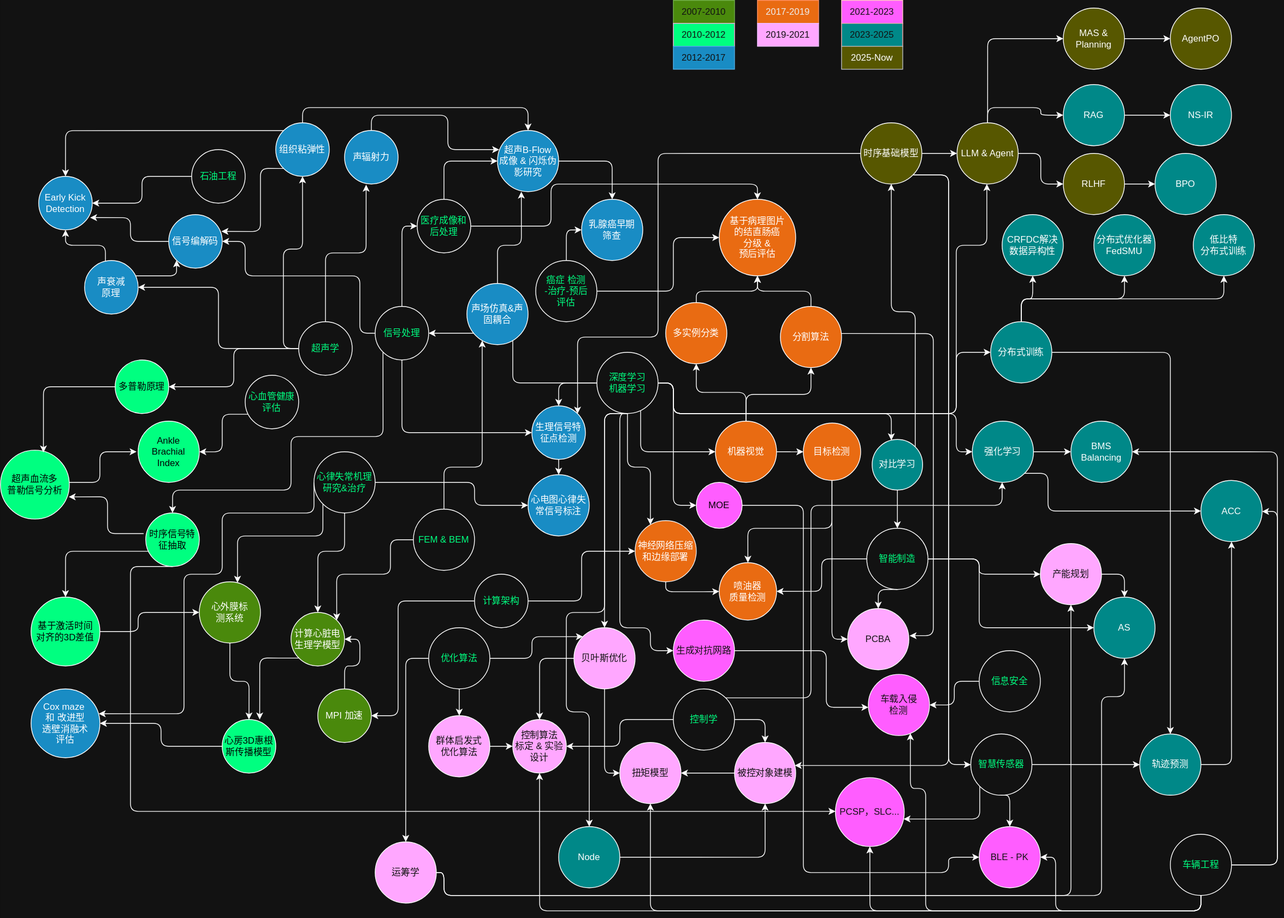
alfredlu/alfredlu.github.io keeps this draw.io diagram as doc/study.drawio.svg. Above is the earlier version. Source tidied: cells renumbered, new cells last; positions are measured from the earlier drawing's top-left corner, leaving out a move shared by most shapes.
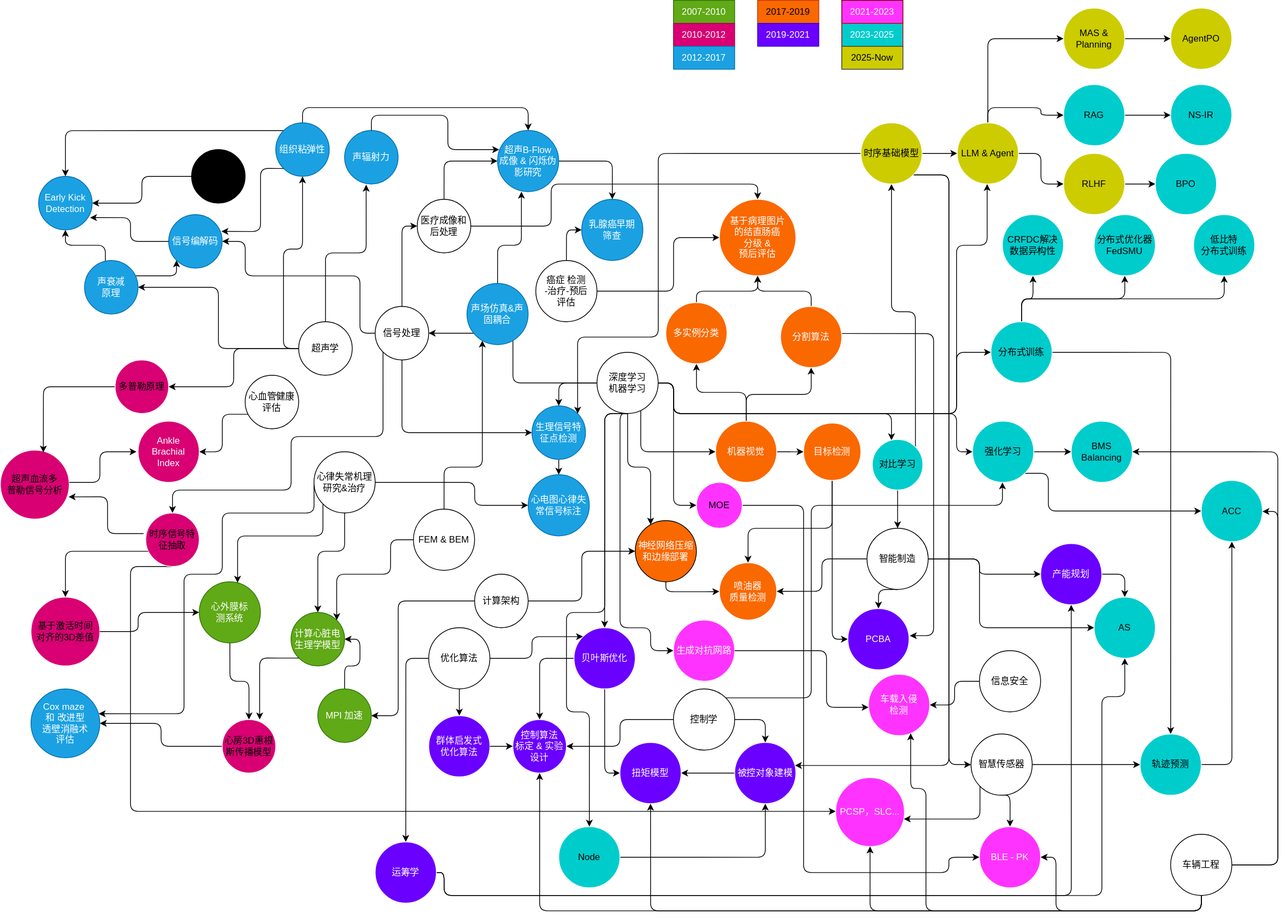
The same diagram one commit later.

Diff of the diagram source:
```diff
@@ -43,7 +43,7 @@
         </Array>
       </mxGeometry>
     </mxCell>
-    <mxCell id="8" value="&lt;font style=&quot;&quot;&gt;心律失常机理研究&amp;amp;治疗&lt;/font&gt;" style="ellipse;whiteSpace=wrap;html=1;fontColor=light-dark(#000000,#00FF80);" parent="1" vertex="1">
+    <mxCell id="8" value="&lt;font style=&quot;&quot;&gt;心律失常机理研究&amp;amp;治疗&lt;/font&gt;" style="ellipse;whiteSpace=wrap;html=1;fontColor=light-dark(#000000,#00FF80);fillColor=light-dark(#FFFFFF,#000000);" parent="1" vertex="1">
       <mxGeometry x="410" y="590" width="80" height="80" as="geometry" />
     </mxCell>
     <mxCell id="9" style="jettySize=auto;html=1;exitX=1;exitY=0.5;exitDx=0;exitDy=0;edgeStyle=orthogonalEdgeStyle;startArrow=classic;startFill=1;endArrow=none;endFill=0;entryX=0.5;entryY=0;entryDx=0;entryDy=0;" parent="1" edge="1" source="10" target="14">
@@ -104,7 +104,7 @@
     <mxCell id="20" style="edgeStyle=orthogonalEdgeStyle;jettySize=auto;html=1;exitX=0.5;exitY=1;exitDx=0;exitDy=0;entryX=0;entryY=0.5;entryDx=0;entryDy=0;" parent="1" edge="1" source="21" target="86">
       <mxGeometry relative="1" as="geometry" />
     </mxCell>
-    <mxCell id="21" value="&lt;font style=&quot;&quot;&gt;信号处理&lt;/font&gt;" style="ellipse;whiteSpace=wrap;html=1;fontColor=light-dark(#000000,#00FF80);" parent="1" vertex="1">
+    <mxCell id="21" value="&lt;font style=&quot;&quot;&gt;信号处理&lt;/font&gt;" style="ellipse;whiteSpace=wrap;html=1;fontColor=light-dark(#000000,#00FF80);fillColor=light-dark(#FFFFFF,#000000);" parent="1" vertex="1">
       <mxGeometry x="490" y="400" width="70" height="70" as="geometry" />
     </mxCell>
     <mxCell id="22" style="edgeStyle=orthogonalEdgeStyle;jettySize=auto;html=1;exitX=0.5;exitY=1;exitDx=0;exitDy=0;entryX=0;entryY=0.5;entryDx=0;entryDy=0;" parent="1" edge="1" source="23" target="135">
@@ -143,7 +143,7 @@
     <mxCell id="27" style="edgeStyle=orthogonalEdgeStyle;jettySize=auto;html=1;exitX=1;exitY=0.5;exitDx=0;exitDy=0;entryX=0;entryY=0.5;entryDx=0;entryDy=0;" parent="1" edge="1" source="28" target="100">
       <mxGeometry relative="1" as="geometry" />
     </mxCell>
-    <mxCell id="28" value="&lt;font style=&quot;&quot;&gt;计算架构&lt;/font&gt;" style="ellipse;whiteSpace=wrap;html=1;fontColor=light-dark(#000000,#00FF80);" parent="1" vertex="1">
+    <mxCell id="28" value="&lt;font style=&quot;&quot;&gt;计算架构&lt;/font&gt;" style="ellipse;whiteSpace=wrap;html=1;fontColor=light-dark(#000000,#00FF80);fillColor=light-dark(#FFFFFF,#000000);" parent="1" vertex="1">
       <mxGeometry x="620" y="750" width="70" height="70" as="geometry" />
     </mxCell>
     <mxCell id="29" value="2007-2010" style="rounded=0;whiteSpace=wrap;html=1;fillColor=#60a917;strokeColor=#2D7600;fontColor=#ffffff;" parent="1" vertex="1">
@@ -177,7 +177,7 @@
     <mxCell id="36" style="jettySize=auto;html=1;exitX=0.074;exitY=0.729;exitDx=0;exitDy=0;exitPerimeter=0;edgeStyle=orthogonalEdgeStyle;" parent="1" edge="1" source="37" target="32">
       <mxGeometry relative="1" as="geometry" />
     </mxCell>
-    <mxCell id="37" value="&lt;font style=&quot;&quot;&gt;心血管健康评估&lt;/font&gt;" style="ellipse;whiteSpace=wrap;html=1;fontColor=light-dark(#000000,#00FF80);" parent="1" vertex="1">
+    <mxCell id="37" value="&lt;font style=&quot;&quot;&gt;心血管健康评估&lt;/font&gt;" style="ellipse;whiteSpace=wrap;html=1;fontColor=light-dark(#000000,#00FF80);fillColor=light-dark(#FFFFFF,#000000);" parent="1" vertex="1">
       <mxGeometry x="320" y="490" width="70" height="70" as="geometry" />
     </mxCell>
     <mxCell id="38" value="Cox maze&amp;nbsp;&lt;div&gt;和 改进型&lt;/div&gt;&lt;div&gt;透壁消融术&lt;div&gt;评估&lt;/div&gt;&lt;/div&gt;" style="ellipse;whiteSpace=wrap;html=1;fillColor=#1ba1e2;strokeColor=light-dark(#006EAF,#FFFFFF);fontColor=light-dark(#FFFFFF,#FFFFFF);" parent="1" vertex="1">
@@ -189,7 +189,7 @@
     <mxCell id="40" style="jettySize=auto;html=1;exitX=0;exitY=0.5;exitDx=0;exitDy=0;entryX=0.5;entryY=1;entryDx=0;entryDy=0;edgeStyle=orthogonalEdgeStyle;" parent="1" edge="1" source="41" target="58">
       <mxGeometry relative="1" as="geometry" />
     </mxCell>
-    <mxCell id="41" value="&lt;font style=&quot;&quot;&gt;超声学&lt;/font&gt;" style="ellipse;whiteSpace=wrap;html=1;fontColor=light-dark(#000000,#00FF80);" parent="1" vertex="1">
+    <mxCell id="41" value="&lt;font style=&quot;&quot;&gt;超声学&lt;/font&gt;" style="ellipse;whiteSpace=wrap;html=1;fontColor=light-dark(#000000,#00FF80);fillColor=light-dark(#FFFFFF,#000000);" parent="1" vertex="1">
       <mxGeometry x="390" y="420" width="70" height="70" as="geometry" />
     </mxCell>
     <mxCell id="42" style="jettySize=auto;html=1;exitX=0;exitY=0.5;exitDx=0;exitDy=0;entryX=0.624;entryY=0.033;entryDx=0;entryDy=0;entryPerimeter=0;edgeStyle=orthogonalEdgeStyle;" parent="1" edge="1" source="43" target="31">
@@ -221,7 +221,7 @@
     <mxCell id="49" style="jettySize=auto;html=1;exitX=0;exitY=0.5;exitDx=0;exitDy=0;entryX=1;entryY=0.5;entryDx=0;entryDy=0;edgeStyle=orthogonalEdgeStyle;" parent="1" edge="1" source="50" target="51">
       <mxGeometry relative="1" as="geometry" />
     </mxCell>
-    <mxCell id="50" value="&lt;font style=&quot;&quot;&gt;石油工程&lt;/font&gt;" style="ellipse;whiteSpace=wrap;html=1;fontColor=light-dark(#000000,#00FF80);glass=0;" parent="1" vertex="1">
+    <mxCell id="50" value="&lt;font style=&quot;&quot;&gt;石油工程&lt;/font&gt;" style="ellipse;whiteSpace=wrap;html=1;fontColor=light-dark(#000000,#00FF80);glass=0;fillColor=light-dark(#000000,#000000);" parent="1" vertex="1">
       <mxGeometry x="250" y="195" width="70" height="70" as="geometry" />
     </mxCell>
     <mxCell id="51" value="Early Kick Detection" style="ellipse;whiteSpace=wrap;html=1;fillColor=#1ba1e2;strokeColor=light-dark(#006EAF,#FFFFFF);fontColor=light-dark(#FFFFFF,#FFFFFF);" parent="1" vertex="1">
@@ -246,7 +246,7 @@
         </Array>
       </mxGeometry>
     </mxCell>
-    <mxCell id="55" value="&lt;font style=&quot;&quot;&gt;FEM &amp;amp; BEM&lt;/font&gt;" style="ellipse;whiteSpace=wrap;html=1;fontColor=light-dark(#000000,#00FF80);" parent="1" vertex="1">
+    <mxCell id="55" value="&lt;font style=&quot;&quot;&gt;FEM &amp;amp; BEM&lt;/font&gt;" style="ellipse;whiteSpace=wrap;html=1;fontColor=light-dark(#000000,#00FF80);fillColor=light-dark(#FFFFFF,#000000);" parent="1" vertex="1">
       <mxGeometry x="540" y="665" width="80" height="80" as="geometry" />
     </mxCell>
     <mxCell id="56" style="edgeStyle=orthogonalEdgeStyle;jettySize=auto;html=1;exitX=0.5;exitY=0;exitDx=0;exitDy=0;entryX=0.5;entryY=0;entryDx=0;entryDy=0;" parent="1" edge="1" source="58" target="65">
@@ -281,7 +281,7 @@
         </Array>
       </mxGeometry>
     </mxCell>
-    <mxCell id="63" value="&lt;font style=&quot;&quot;&gt;医疗成像和后处理&lt;/font&gt;" style="ellipse;whiteSpace=wrap;html=1;fontColor=light-dark(#000000,#00FF80);" parent="1" vertex="1">
+    <mxCell id="63" value="&lt;font style=&quot;&quot;&gt;医疗成像和后处理&lt;/font&gt;" style="ellipse;whiteSpace=wrap;html=1;fontColor=light-dark(#000000,#00FF80);fillColor=light-dark(#FFFFFF,#000000);" parent="1" vertex="1">
       <mxGeometry x="545" y="260" width="70" height="70" as="geometry" />
     </mxCell>
     <mxCell id="64" style="edgeStyle=orthogonalEdgeStyle;jettySize=auto;html=1;exitX=1;exitY=0.5;exitDx=0;exitDy=0;entryX=0.5;entryY=0;entryDx=0;entryDy=0;" parent="1" edge="1" source="65" target="69">
@@ -305,7 +305,7 @@
         </Array>
       </mxGeometry>
     </mxCell>
-    <mxCell id="68" value="&lt;font style=&quot;&quot;&gt;癌症 检测&lt;/font&gt;&lt;div&gt;&lt;font style=&quot;&quot;&gt;-治疗-预后&lt;/font&gt;&lt;/div&gt;&lt;div&gt;&lt;font style=&quot;&quot;&gt;评估&lt;/font&gt;&lt;/div&gt;" style="ellipse;whiteSpace=wrap;html=1;fontColor=light-dark(#000000,#00FF80);" parent="1" vertex="1">
+    <mxCell id="68" value="&lt;font style=&quot;&quot;&gt;癌症 检测&lt;/font&gt;&lt;div&gt;&lt;font style=&quot;&quot;&gt;-治疗-预后&lt;/font&gt;&lt;/div&gt;&lt;div&gt;&lt;font style=&quot;&quot;&gt;评估&lt;/font&gt;&lt;/div&gt;" style="ellipse;whiteSpace=wrap;html=1;fontColor=light-dark(#000000,#00FF80);fillColor=light-dark(#FFFFFF,#000000);" parent="1" vertex="1">
       <mxGeometry x="700" y="340" width="80" height="80" as="geometry" />
     </mxCell>
     <mxCell id="69" value="乳腺癌早期&lt;div&gt;筛查&lt;/div&gt;" style="ellipse;whiteSpace=wrap;html=1;fillColor=#1ba1e2;strokeColor=light-dark(#006EAF,#FFFFFF);fontColor=light-dark(#FFFFFF,#FFFFFF);" parent="1" vertex="1">
@@ -415,7 +415,7 @@
         </Array>
       </mxGeometry>
     </mxCell>
-    <mxCell id="84" value="&lt;font style=&quot;&quot;&gt;深度学习&lt;/font&gt;&lt;div&gt;&lt;font style=&quot;&quot;&gt;机器学习&lt;/font&gt;&lt;/div&gt;" style="ellipse;whiteSpace=wrap;html=1;fontColor=light-dark(#000000,#00FF80);" parent="1" vertex="1">
+    <mxCell id="84" value="&lt;font style=&quot;&quot;&gt;深度学习&lt;/font&gt;&lt;div&gt;&lt;font style=&quot;&quot;&gt;机器学习&lt;/font&gt;&lt;/div&gt;" style="ellipse;whiteSpace=wrap;html=1;fontColor=light-dark(#000000,#00FF80);fillColor=light-dark(#FFFFFF,#000000);" parent="1" vertex="1">
       <mxGeometry x="780" y="460" width="80" height="80" as="geometry" />
     </mxCell>
     <mxCell id="85" style="edgeStyle=orthogonalEdgeStyle;jettySize=auto;html=1;exitX=0.5;exitY=1;exitDx=0;exitDy=0;entryX=0.5;entryY=0;entryDx=0;entryDy=0;" parent="1" edge="1" source="86" target="88">
@@ -522,7 +522,7 @@
         </Array>
       </mxGeometry>
     </mxCell>
-    <mxCell id="109" value="&lt;font style=&quot;&quot;&gt;智能制造&lt;/font&gt;" style="ellipse;whiteSpace=wrap;html=1;fontColor=light-dark(#000000,#00FF80);" parent="1" vertex="1">
+    <mxCell id="109" value="&lt;font style=&quot;&quot;&gt;智能制造&lt;/font&gt;" style="ellipse;whiteSpace=wrap;html=1;fontColor=light-dark(#000000,#00FF80);fillColor=light-dark(#FFFFFF,#000000);" parent="1" vertex="1">
       <mxGeometry x="1133" y="690" width="80" height="80" as="geometry" />
     </mxCell>
     <mxCell id="110" style="edgeStyle=orthogonalEdgeStyle;jettySize=auto;html=1;exitX=0.5;exitY=1;exitDx=0;exitDy=0;entryX=0;entryY=0.5;entryDx=0;entryDy=0;" parent="1" edge="1" source="112" target="120">
@@ -558,7 +558,7 @@
         </Array>
       </mxGeometry>
     </mxCell>
-    <mxCell id="119" value="&lt;font style=&quot;&quot;&gt;控制学&lt;/font&gt;" style="ellipse;whiteSpace=wrap;html=1;fontColor=light-dark(#000000,#00FF80);" parent="1" vertex="1">
+    <mxCell id="119" value="&lt;font style=&quot;&quot;&gt;控制学&lt;/font&gt;" style="ellipse;whiteSpace=wrap;html=1;fontColor=light-dark(#000000,#00FF80);fillColor=light-dark(#FFFFFF,#000000);" parent="1" vertex="1">
       <mxGeometry x="880" y="900" width="80" height="80" as="geometry" />
     </mxCell>
     <mxCell id="120" value="扭矩模型" style="ellipse;whiteSpace=wrap;html=1;fillColor=#6a00ff;strokeColor=light-dark(#FFFFFF,#FFFFFF);fontColor=#ffffff;" parent="1" vertex="1">
@@ -576,7 +576,7 @@
     <mxCell id="124" style="edgeStyle=orthogonalEdgeStyle;jettySize=auto;html=1;exitX=0;exitY=0.5;exitDx=0;exitDy=0;" parent="1" edge="1" source="125" target="145">
       <mxGeometry relative="1" as="geometry" />
     </mxCell>
-    <mxCell id="125" value="&lt;font style=&quot;&quot;&gt;优化算法&lt;/font&gt;" style="ellipse;whiteSpace=wrap;html=1;fontColor=light-dark(#000000,#00FF80);" parent="1" vertex="1">
+    <mxCell id="125" value="&lt;font style=&quot;&quot;&gt;优化算法&lt;/font&gt;" style="ellipse;whiteSpace=wrap;html=1;fontColor=light-dark(#000000,#00FF80);fillColor=light-dark(#FFFFFF,#000000);" parent="1" vertex="1">
       <mxGeometry x="560" y="820" width="80" height="80" as="geometry" />
     </mxCell>
     <mxCell id="126" value="群体启发式&lt;div&gt;优化算法&lt;/div&gt;" style="ellipse;whiteSpace=wrap;html=1;fillColor=#6a00ff;strokeColor=light-dark(#FFFFFF,#FFFFFF);fontColor=#ffffff;" parent="1" vertex="1">
@@ -591,7 +591,7 @@
     <mxCell id="129" style="edgeStyle=orthogonalEdgeStyle;jettySize=auto;html=1;exitX=0;exitY=0.5;exitDx=0;exitDy=0;entryX=1;entryY=0.5;entryDx=0;entryDy=0;" parent="1" edge="1" source="130" target="131">
       <mxGeometry relative="1" as="geometry" />
     </mxCell>
-    <mxCell id="130" value="&lt;span style=&quot;&quot;&gt;信息安全&lt;/span&gt;" style="ellipse;whiteSpace=wrap;html=1;fontColor=light-dark(#000000,#00FF80);" parent="1" vertex="1">
+    <mxCell id="130" value="&lt;span style=&quot;&quot;&gt;信息安全&lt;/span&gt;" style="ellipse;whiteSpace=wrap;html=1;fontColor=light-dark(#000000,#00FF80);fillColor=light-dark(#FFFFFF,#000000);" parent="1" vertex="1">
       <mxGeometry x="1280" y="850" width="80" height="80" as="geometry" />
     </mxCell>
     <mxCell id="131" value="车载入侵&lt;div&gt;检测&lt;/div&gt;" style="ellipse;whiteSpace=wrap;html=1;fillColor=#FF33FF;strokeColor=light-dark(#FFFFFF,#FFFFFF);fontColor=#FFFFFF;" parent="1" vertex="1">
@@ -631,7 +631,7 @@
     <mxCell id="138" style="edgeStyle=orthogonalEdgeStyle;jettySize=auto;html=1;exitX=1;exitY=0.5;exitDx=0;exitDy=0;" parent="1" edge="1" source="139" target="164">
       <mxGeometry relative="1" as="geometry" />
     </mxCell>
-    <mxCell id="139" value="&lt;font style=&quot;&quot;&gt;智慧传感器&lt;/font&gt;" style="ellipse;whiteSpace=wrap;html=1;fontColor=light-dark(#000000,#00FF80);" parent="1" vertex="1">
+    <mxCell id="139" value="&lt;font style=&quot;&quot;&gt;智慧传感器&lt;/font&gt;" style="ellipse;whiteSpace=wrap;html=1;fontColor=light-dark(#000000,#00FF80);fillColor=light-dark(#FFFFFF,#000000);" parent="1" vertex="1">
       <mxGeometry x="1269" y="959" width="80" height="80" as="geometry" />
     </mxCell>
     <mxCell id="140" value="BLE - PK" style="ellipse;whiteSpace=wrap;html=1;fillColor=#FF33FF;strokeColor=light-dark(#FFFFFF,#FFFFFF);fontColor=#FFFFFF;" parent="1" vertex="1">
@@ -855,7 +855,7 @@
     <mxCell id="194" style="edgeStyle=orthogonalEdgeStyle;rounded=1;jettySize=auto;html=1;exitX=0.5;exitY=1;exitDx=0;exitDy=0;entryX=0.5;entryY=1;entryDx=0;entryDy=0;curved=0;" parent="1" edge="1" source="195" target="121">
       <mxGeometry relative="1" as="geometry" />
     </mxCell>
-    <mxCell id="195" value="&lt;font style=&quot;&quot;&gt;车辆工程&lt;/font&gt;" style="ellipse;whiteSpace=wrap;html=1;fontColor=light-dark(#000000,#00FF80);" parent="1" vertex="1">
+    <mxCell id="195" value="&lt;font style=&quot;&quot;&gt;车辆工程&lt;/font&gt;" style="ellipse;whiteSpace=wrap;html=1;fontColor=light-dark(#000000,#00FF80);fillColor=light-dark(#FFFFFF,#000000);" parent="1" vertex="1">
       <mxGeometry x="1530" y="1090" width="80" height="80" as="geometry" />
     </mxCell>
     <mxCell id="196" style="edgeStyle=orthogonalEdgeStyle;rounded=1;jettySize=auto;html=1;exitX=0.5;exitY=1;exitDx=0;exitDy=0;curved=0;" parent="1" edge="1" source="195" target="131">
```
